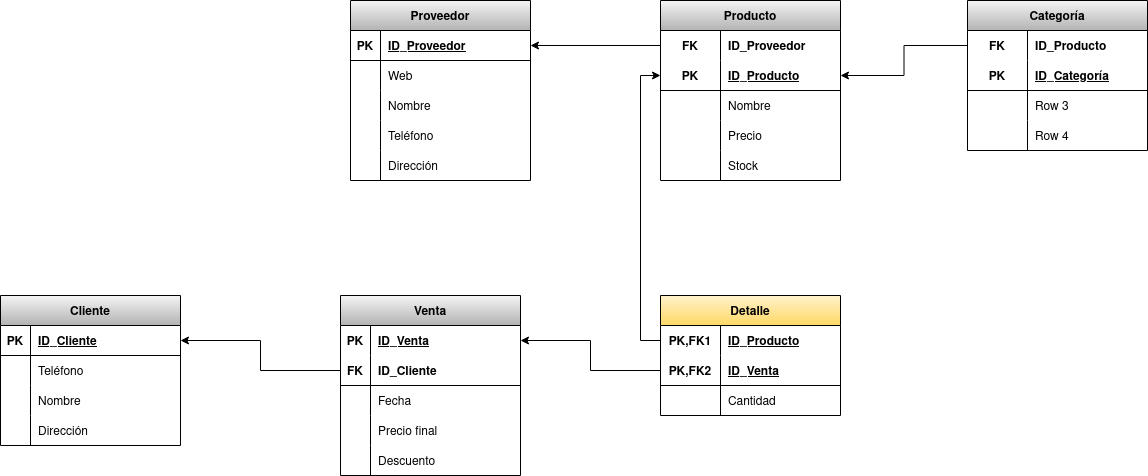
Before: Tareas/Tarea7/img/Sistema de ventas Modelo Relacional.png, a diagram exported from draw.io (Yaamiilaa/base-datos-bae-). Source tidied: cells renumbered, new cells last; positions are measured from the earlier drawing's top-left corner, leaving out a move shared by most shapes.
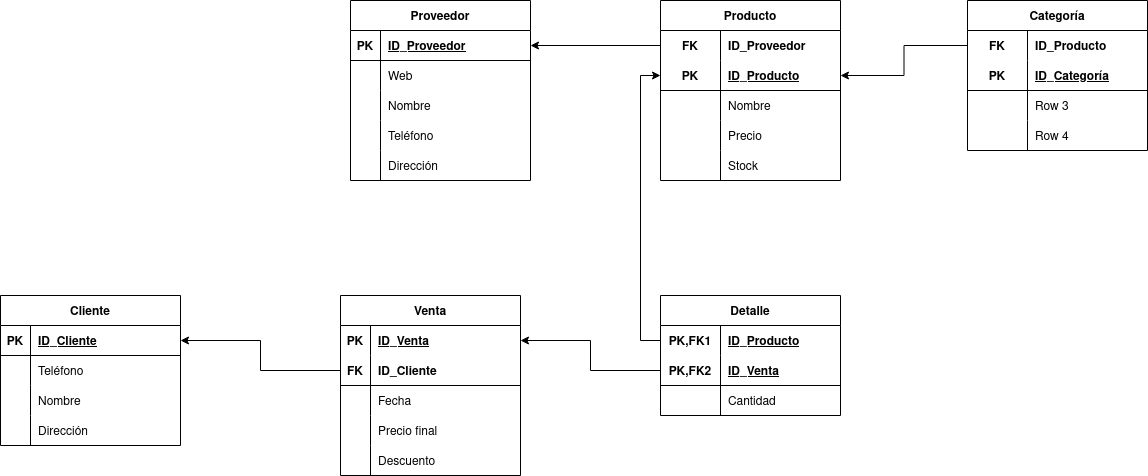
The same file after the commit.

Diff of the diagram source:
```diff
@@ -2,7 +2,7 @@
   <root>
     <mxCell id="0" />
     <mxCell id="1" parent="0" />
-    <mxCell id="2" value="Proveedor" style="shape=table;startSize=30;rowLines=0;fontStyle=1;align=center;fillColor=#f5f5f5;gradientColor=#b3b3b3;strokeColor=default;" parent="1" vertex="1">
+    <mxCell id="2" value="Proveedor" style="shape=table;startSize=30;rowLines=0;fontStyle=1;align=center;" parent="1" vertex="1">
       <mxGeometry x="350" width="180" height="180" as="geometry" />
     </mxCell>
     <mxCell id="3" style="shape=tableRow;horizontal=0;startSize=0;swimlaneHead=0;swimlaneBody=0;fillColor=none;points=[[0,0.5],[1,0.5]];portConstraint=eastwest;top=0;left=0;right=0;bottom=1;" parent="2" vertex="1">
@@ -50,7 +50,7 @@
     <mxCell id="17" value="Dirección" style="shape=partialRectangle;fillColor=none;top=0;left=0;bottom=0;right=0;align=left;spacingLeft=6;overflow=hidden;" parent="15" vertex="1">
       <mxGeometry x="30" width="150" height="30" as="geometry" />
     </mxCell>
-    <mxCell id="18" value="Producto" style="shape=table;startSize=30;rowLines=0;fontStyle=1;align=center;fillColor=#f5f5f5;gradientColor=#b3b3b3;strokeColor=default;" parent="1" vertex="1">
+    <mxCell id="18" value="Producto" style="shape=table;startSize=30;rowLines=0;fontStyle=1;align=center;" parent="1" vertex="1">
       <mxGeometry x="660" width="180" height="180" as="geometry" />
     </mxCell>
     <mxCell id="19" style="shape=tableRow;horizontal=0;startSize=0;swimlaneHead=0;swimlaneBody=0;fillColor=none;points=[[0,0.5],[1,0.5]];portConstraint=eastwest;top=0;left=0;right=0;bottom=0;" parent="18" vertex="1">
@@ -101,7 +101,7 @@
     <mxCell id="34" style="edgeStyle=orthogonalEdgeStyle;rounded=0;jettySize=auto;html=1;exitX=0;exitY=0.5;exitDx=0;exitDy=0;" parent="1" edge="1" source="19" target="3">
       <mxGeometry relative="1" as="geometry" />
     </mxCell>
-    <mxCell id="35" value="Categoría" style="shape=table;startSize=30;rowLines=0;fontStyle=1;align=center;strokeColor=default;fillColor=#f5f5f5;gradientColor=#b3b3b3;" parent="1" vertex="1">
+    <mxCell id="35" value="Categoría" style="shape=table;startSize=30;rowLines=0;fontStyle=1;align=center;strokeColor=default;" parent="1" vertex="1">
       <mxGeometry x="967" width="180" height="150" as="geometry" />
     </mxCell>
     <mxCell id="36" style="shape=tableRow;horizontal=0;startSize=0;swimlaneHead=0;swimlaneBody=0;fillColor=none;points=[[0,0.5],[1,0.5]];portConstraint=eastwest;top=0;left=0;right=0;bottom=0;strokeColor=default;" parent="35" vertex="1">
@@ -143,7 +143,7 @@
     <mxCell id="48" style="edgeStyle=orthogonalEdgeStyle;rounded=0;jettySize=auto;html=1;entryX=1;entryY=0.5;entryDx=0;entryDy=0;" parent="1" edge="1" source="36" target="22">
       <mxGeometry relative="1" as="geometry" />
     </mxCell>
-    <mxCell id="49" value="Venta" style="shape=table;startSize=30;rowLines=0;fontStyle=1;align=center;strokeColor=default;fillColor=#f5f5f5;gradientColor=#b3b3b3;" parent="1" vertex="1">
+    <mxCell id="49" value="Venta" style="shape=table;startSize=30;rowLines=0;fontStyle=1;align=center;strokeColor=default;" parent="1" vertex="1">
       <mxGeometry x="340" y="295" width="180" height="180" as="geometry" />
     </mxCell>
     <mxCell id="50" style="shape=tableRow;horizontal=0;startSize=0;swimlaneHead=0;swimlaneBody=0;fillColor=none;points=[[0,0.5],[1,0.5]];portConstraint=eastwest;top=0;left=0;right=0;bottom=1;strokeColor=none;" parent="49" vertex="1">
@@ -191,7 +191,7 @@
     <mxCell id="64" value="Descuento" style="shape=partialRectangle;fillColor=none;top=0;left=0;bottom=0;right=0;align=left;spacingLeft=6;overflow=hidden;strokeColor=default;" parent="62" vertex="1">
       <mxGeometry x="30" width="150" height="30" as="geometry" />
     </mxCell>
-    <mxCell id="65" value="Detalle" style="shape=table;startSize=30;rowLines=0;fontStyle=1;align=center;strokeColor=default;fillColor=#fff2cc;gradientColor=#ffd966;" parent="1" vertex="1">
+    <mxCell id="65" value="Detalle" style="shape=table;startSize=30;rowLines=0;fontStyle=1;align=center;strokeColor=default;" parent="1" vertex="1">
       <mxGeometry x="660" y="295" width="180" height="120" as="geometry" />
     </mxCell>
     <mxCell id="66" style="shape=tableRow;horizontal=0;startSize=0;swimlaneHead=0;swimlaneBody=0;fillColor=none;points=[[0,0.5],[1,0.5]];portConstraint=eastwest;top=0;left=0;right=0;bottom=0;strokeColor=default;" parent="65" vertex="1">
@@ -227,7 +227,7 @@
     <mxCell id="76" style="edgeStyle=orthogonalEdgeStyle;rounded=0;jettySize=auto;html=1;entryX=1;entryY=0.5;entryDx=0;entryDy=0;" parent="1" edge="1" source="69" target="50">
       <mxGeometry relative="1" as="geometry" />
     </mxCell>
-    <mxCell id="77" value="Cliente" style="shape=table;startSize=30;rowLines=0;fontStyle=1;align=center;strokeColor=default;fillColor=#f5f5f5;gradientColor=#b3b3b3;" parent="1" vertex="1">
+    <mxCell id="77" value="Cliente" style="shape=table;startSize=30;rowLines=0;fontStyle=1;align=center;strokeColor=default;" parent="1" vertex="1">
       <mxGeometry y="295" width="180" height="150" as="geometry" />
     </mxCell>
     <mxCell id="78" style="shape=tableRow;horizontal=0;startSize=0;swimlaneHead=0;swimlaneBody=0;fillColor=none;points=[[0,0.5],[1,0.5]];portConstraint=eastwest;top=0;left=0;right=0;bottom=1;strokeColor=default;" parent="77" vertex="1">
```
